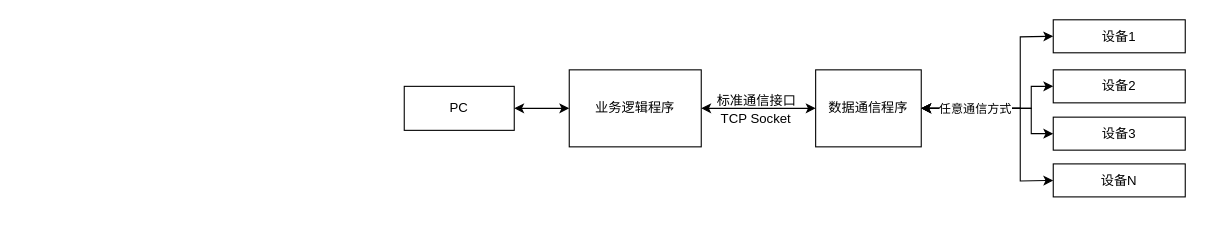
This is 系统框图.drawio from Pyangthon/work, a draw.io file, before an edit. Source tidied: cells renumbered, new cells numbered last; positions are measured from the earlier drawing's top-left corner, leaving out a move shared by most shapes. Both pictures are drawn from the tidied source at 110%, with x=0, y=0 at pixel (404, 20).
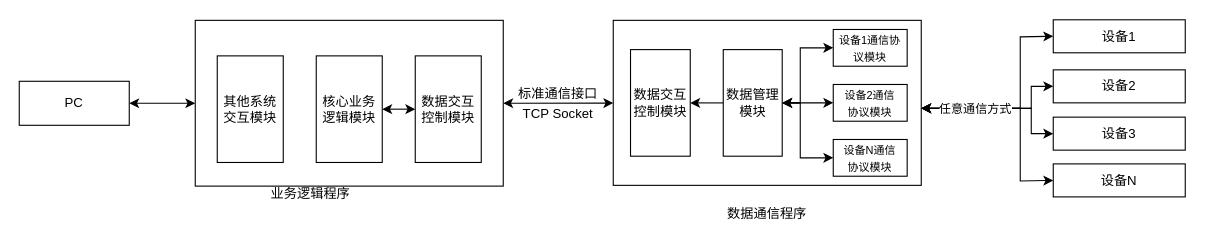
After the change.

Commit message:
更新系统框图.drawio

Unchanged cells that the change refers to:
```xml
<mxCell id="5" value="设备1" style="rounded=0;whiteSpace=wrap;html=1;" parent="1" vertex="1">
  <mxGeometry x="590" y="-0.5" width="120" height="30" as="geometry" />
</mxCell>
<mxCell id="6" value="设备2" style="rounded=0;whiteSpace=wrap;html=1;" parent="1" vertex="1">
  <mxGeometry x="590" y="45" width="120" height="30" as="geometry" />
</mxCell>
<mxCell id="7" value="设备3" style="rounded=0;whiteSpace=wrap;html=1;" parent="1" vertex="1">
  <mxGeometry x="590" y="88" width="120" height="30" as="geometry" />
</mxCell>
<mxCell id="8" value="设备N" style="rounded=0;whiteSpace=wrap;html=1;" parent="1" vertex="1">
  <mxGeometry x="590" y="130.5" width="120" height="30" as="geometry" />
</mxCell>
```

Change to the diagram source:
```diff
@@
     <mxCell id="2" value="PC" style="rounded=0;whiteSpace=wrap;html=1;" parent="1" vertex="1">
-      <mxGeometry y="60" width="100" height="40" as="geometry" />
+      <mxGeometry x="-350" y="55.4" width="100" height="40" as="geometry" />
     </mxCell>
-    <mxCell id="3" value="业务逻辑程序" style="rounded=0;whiteSpace=wrap;html=1;" parent="1" vertex="1">
-      <mxGeometry x="150" y="45" width="120" height="70" as="geometry" />
-    </mxCell>
-    <mxCell id="4" value="数据通信程序" style="rounded=0;whiteSpace=wrap;html=1;" parent="1" vertex="1">
-      <mxGeometry x="374" y="45" width="96" height="70" as="geometry" />
-    </mxCell>
@@
-    <mxCell id="9" style="endArrow=classic;startArrow=classic;html=1;rounded=0;entryX=0;entryY=0.5;entryDx=0;entryDy=0;exitX=1;exitY=0.5;exitDx=0;exitDy=0;" parent="1" edge="1" source="2" target="3">
+    <mxCell id="9" style="endArrow=classic;startArrow=classic;html=1;rounded=0;exitX=1;exitY=0.5;exitDx=0;exitDy=0;entryX=0;entryY=0.5;entryDx=0;entryDy=0;" parent="1" edge="1" source="2" target="30">
       <mxGeometry relative="1" as="geometry" />
     </mxCell>
-    <mxCell id="10" style="endArrow=classic;startArrow=classic;html=1;rounded=0;entryX=1;entryY=0.5;entryDx=0;entryDy=0;exitX=0;exitY=0.5;exitDx=0;exitDy=0;" parent="1" edge="1" source="4" target="3">
-      <mxGeometry relative="1" as="geometry" />
-    </mxCell>
-    <mxCell id="11" value="标准通信接口" style="text;html=1;align=center;verticalAlign=middle;strokeColor=none;fillColor=none;" parent="1" vertex="1">
-      <mxGeometry x="270" y="58" width="100" height="30" as="geometry" />
-    </mxCell>
-    <mxCell id="12" value="TCP Socket" style="text;html=1;align=center;verticalAlign=middle;whiteSpace=wrap;rounded=0;" parent="1" vertex="1">
-      <mxGeometry x="280" y="75" width="80" height="30" as="geometry" />
-    </mxCell>
-    <mxCell id="13" style="endArrow=classic;startArrow=classic;html=1;rounded=0;exitX=1;exitY=0.5;exitDx=0;exitDy=0;entryX=0;entryY=0.5;entryDx=0;entryDy=0;" parent="1" edge="1" source="4" target="5">
+    <mxCell id="13" style="endArrow=classic;startArrow=classic;html=1;rounded=0;exitX=1;exitY=0.5;exitDx=0;exitDy=0;entryX=0;entryY=0.5;entryDx=0;entryDy=0;" parent="1" edge="1" target="5">
       <mxGeometry relative="1" as="geometry">
+        <mxPoint x="470" y="80" as="sourcePoint" />
         <Array as="points">
           <mxPoint x="560" y="80" />
           <mxPoint x="560" y="15" />
         </Array>
       </mxGeometry>
     </mxCell>
-    <mxCell id="14" style="endArrow=classic;startArrow=classic;html=1;rounded=0;exitX=1;exitY=0.5;exitDx=0;exitDy=0;entryX=0;entryY=0.5;entryDx=0;entryDy=0;" parent="1" edge="1" source="4" target="6">
+    <mxCell id="14" style="endArrow=classic;startArrow=classic;html=1;rounded=0;exitX=1;exitY=0.5;exitDx=0;exitDy=0;entryX=0;entryY=0.5;entryDx=0;entryDy=0;" parent="1" edge="1" target="6">
       <mxGeometry relative="1" as="geometry">
+        <mxPoint x="470" y="80" as="sourcePoint" />
         <Array as="points">
           <mxPoint x="570" y="80" />
           <mxPoint x="570" y="60" />
         </Array>
       </mxGeometry>
     </mxCell>
-    <mxCell id="15" style="endArrow=classic;startArrow=classic;html=1;rounded=0;exitX=1;exitY=0.5;exitDx=0;exitDy=0;entryX=0;entryY=0.5;entryDx=0;entryDy=0;" parent="1" edge="1" source="4" target="7">
+    <mxCell id="15" style="endArrow=classic;startArrow=classic;html=1;rounded=0;exitX=1;exitY=0.5;exitDx=0;exitDy=0;entryX=0;entryY=0.5;entryDx=0;entryDy=0;" parent="1" edge="1" target="7">
       <mxGeometry relative="1" as="geometry">
+        <mxPoint x="470" y="80" as="sourcePoint" />
         <Array as="points">
           <mxPoint x="570" y="80" />
           <mxPoint x="570" y="103" />
         </Array>
       </mxGeometry>
     </mxCell>
-    <mxCell id="16" style="endArrow=classic;startArrow=classic;html=1;rounded=0;exitX=0;exitY=0.5;exitDx=0;exitDy=0;entryX=1;entryY=0.5;entryDx=0;entryDy=0;" parent="1" edge="1" source="8" target="4">
+    <mxCell id="16" style="endArrow=classic;startArrow=classic;html=1;rounded=0;exitX=0;exitY=0.5;exitDx=0;exitDy=0;entryX=1;entryY=0.5;entryDx=0;entryDy=0;" parent="1" edge="1" source="8">
       <mxGeometry relative="1" as="geometry">
+        <mxPoint x="470" y="80" as="targetPoint" />
         <Array as="points">
           <mxPoint x="560" y="146" />
           <mxPoint x="560" y="80" />
         </Array>
       </mxGeometry>
     </mxCell>
@@
+    <mxCell id="18" style="group;" parent="1" vertex="1">
+      <mxGeometry x="190" width="280" height="190.5" as="geometry" />
+    </mxCell>
+    <mxCell id="19" style="rounded=0;whiteSpace=wrap;html=1;" parent="18" vertex="1">
+      <mxGeometry width="280" height="150" as="geometry" />
+    </mxCell>
+    <mxCell id="4" value="数据通信程序" style="text;html=1;align=center;verticalAlign=middle;whiteSpace=wrap;rounded=0;" parent="18" vertex="1">
+      <mxGeometry x="70" y="161.6" width="140" height="28.9" as="geometry" />
+    </mxCell>
+    <mxCell id="20" value="数据交互控制模块" style="rounded=0;whiteSpace=wrap;html=1;" parent="18" vertex="1">
+      <mxGeometry x="15.7" y="26.6" width="54.3" height="96.9" as="geometry" />
+    </mxCell>
+    <mxCell id="21" value="数据管理模块" style="rounded=0;whiteSpace=wrap;html=1;" parent="18" vertex="1">
+      <mxGeometry x="100" y="26.6" width="53.6" height="96.9" as="geometry" />
+    </mxCell>
+    <mxCell id="22" value="&lt;font style=&quot;font-size: 10px;&quot;&gt;设备1通信协议模块&lt;/font&gt;" style="rounded=0;whiteSpace=wrap;html=1;" parent="18" vertex="1">
+      <mxGeometry x="200" y="8.3" width="67.2" height="33.4" as="geometry" />
+    </mxCell>
+    <mxCell id="23" value="&lt;font style=&quot;font-size: 10px;&quot;&gt;设备2通信&lt;/font&gt;&lt;div&gt;&lt;font style=&quot;font-size: 10px;&quot;&gt;协议模块&lt;/font&gt;&lt;/div&gt;" style="rounded=0;whiteSpace=wrap;html=1;" parent="18" vertex="1">
+      <mxGeometry x="200" y="58.3" width="67.2" height="33.4" as="geometry" />
+    </mxCell>
+    <mxCell id="24" value="&lt;font style=&quot;font-size: 10px;&quot;&gt;设备N通信&lt;/font&gt;&lt;div&gt;&lt;font style=&quot;font-size: 10px;&quot;&gt;协议模块&lt;/font&gt;&lt;/div&gt;" style="rounded=0;whiteSpace=wrap;html=1;" parent="18" vertex="1">
+      <mxGeometry x="200" y="108.3" width="67.2" height="33.4" as="geometry" />
+    </mxCell>
+    <mxCell id="25" style="endArrow=classic;html=1;rounded=0;entryX=1;entryY=0.5;entryDx=0;entryDy=0;" parent="18" edge="1" source="21" target="20">
+      <mxGeometry relative="1" as="geometry" />
+    </mxCell>
+    <mxCell id="26" style="endArrow=classic;startArrow=classic;html=1;rounded=0;entryX=0;entryY=0.5;entryDx=0;entryDy=0;exitX=1;exitY=0.5;exitDx=0;exitDy=0;" parent="18" edge="1" source="21" target="22">
+      <mxGeometry relative="1" as="geometry">
+        <Array as="points">
+          <mxPoint x="170" y="75" />
+          <mxPoint x="170" y="25" />
+        </Array>
+      </mxGeometry>
+    </mxCell>
+    <mxCell id="27" style="endArrow=classic;startArrow=classic;html=1;rounded=0;entryX=0;entryY=0.5;entryDx=0;entryDy=0;exitX=1;exitY=0.5;exitDx=0;exitDy=0;" parent="18" edge="1" source="21" target="23">
+      <mxGeometry relative="1" as="geometry">
+        <Array as="points">
+          <mxPoint x="180" y="75" />
+        </Array>
+      </mxGeometry>
+    </mxCell>
+    <mxCell id="28" style="endArrow=classic;startArrow=classic;html=1;rounded=0;entryX=0;entryY=0.5;entryDx=0;entryDy=0;exitX=1;exitY=0.5;exitDx=0;exitDy=0;" parent="18" edge="1" source="21" target="24">
+      <mxGeometry relative="1" as="geometry">
+        <Array as="points">
+          <mxPoint x="170" y="75" />
+          <mxPoint x="170" y="125" />
+        </Array>
+      </mxGeometry>
+    </mxCell>
+    <mxCell id="29" style="group;" parent="1" vertex="1">
+      <mxGeometry x="-190" width="280" height="170.5" as="geometry" />
+    </mxCell>
+    <mxCell id="30" style="rounded=0;whiteSpace=wrap;html=1;" parent="29" vertex="1">
+      <mxGeometry width="280" height="150.7" as="geometry" />
+    </mxCell>
+    <mxCell id="3" value="业务逻辑程序" style="text;html=1;align=center;verticalAlign=middle;whiteSpace=wrap;rounded=0;" parent="29" vertex="1">
+      <mxGeometry x="60" y="144.7" width="90" height="25.8" as="geometry" />
+    </mxCell>
+    <mxCell id="31" value="其他系统&lt;div&gt;交互模块&lt;/div&gt;" style="rounded=0;whiteSpace=wrap;html=1;" parent="29" vertex="1">
+      <mxGeometry x="20" y="32.3" width="60" height="96.9" as="geometry" />
+    </mxCell>
+    <mxCell id="32" value="核心业务逻辑模块" style="rounded=0;whiteSpace=wrap;html=1;" parent="29" vertex="1">
+      <mxGeometry x="110" y="32.3" width="60" height="96.9" as="geometry" />
+    </mxCell>
+    <mxCell id="33" value="数据交互控制模块" style="rounded=0;whiteSpace=wrap;html=1;" parent="29" vertex="1">
+      <mxGeometry x="200" y="32.3" width="60" height="96.9" as="geometry" />
+    </mxCell>
+    <mxCell id="34" style="endArrow=classic;startArrow=classic;html=1;rounded=0;exitX=0;exitY=0.5;exitDx=0;exitDy=0;" parent="29" edge="1" source="33" target="32">
+      <mxGeometry relative="1" as="geometry" />
+    </mxCell>
+    <mxCell id="35" style="group;" parent="1" vertex="1">
+      <mxGeometry x="100" y="52" width="80" height="48.2" as="geometry" />
+    </mxCell>
+    <mxCell id="36" style="endArrow=classic;startArrow=classic;html=1;rounded=0;exitX=1;exitY=0.5;exitDx=0;exitDy=0;" parent="35" edge="1" source="30" target="19">
+      <mxGeometry relative="1" as="geometry" />
+    </mxCell>
+    <mxCell id="11" value="标准通信接口" style="text;html=1;align=center;verticalAlign=middle;whiteSpace=wrap;rounded=0;" parent="35" vertex="1">
+      <mxGeometry width="80" height="30" as="geometry" />
+    </mxCell>
+    <mxCell id="12" value="TCP Socket" style="text;html=1;align=center;verticalAlign=middle;whiteSpace=wrap;rounded=0;" parent="35" vertex="1">
+      <mxGeometry y="18.2" width="80" height="30" as="geometry" />
+    </mxCell>
```
